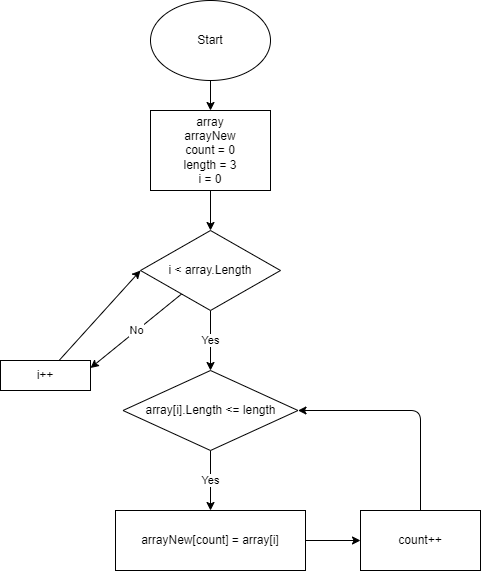
This is Homework/finalTest/.drawio.png from Ane4kaErm/Homework, a draw.io export, as it was before one commit. Source tidied: cells renumbered, new cells last; positions are measured from the earlier drawing's top-left corner, leaving out a move shared by most shapes.
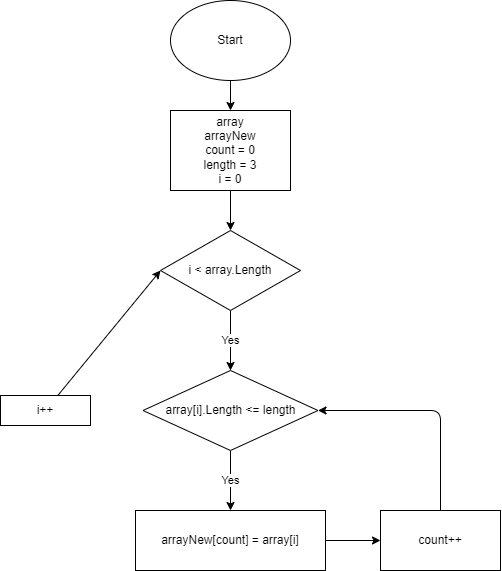
The same diagram one commit later.

Commit message:
print array method done

Change to the diagram source:
```diff
@@ -17,9 +17,6 @@
     <mxCell id="6" value="Yes" style="edgeStyle=none;html=1;" parent="1" edge="1" source="8" target="10">
       <mxGeometry relative="1" as="geometry" />
     </mxCell>
-    <mxCell id="7" value="No" style="edgeStyle=none;html=1;entryX=1;entryY=0.25;entryDx=0;entryDy=0;" parent="1" edge="1" source="8" target="12">
-      <mxGeometry relative="1" as="geometry" />
-    </mxCell>
     <mxCell id="8" value="i &amp;lt; array.Length" style="rhombus;whiteSpace=wrap;html=1;" parent="1" vertex="1">
       <mxGeometry x="140" y="230" width="140" height="80" as="geometry" />
     </mxCell>
@@ -33,7 +30,7 @@
       <mxGeometry relative="1" as="geometry" />
     </mxCell>
     <mxCell id="12" value="i++" style="rounded=0;whiteSpace=wrap;html=1;" parent="1" vertex="1">
-      <mxGeometry y="360" width="90" height="30" as="geometry" />
+      <mxGeometry x="-20" y="395" width="90" height="30" as="geometry" />
     </mxCell>
     <mxCell id="13" style="edgeStyle=none;html=1;" parent="1" edge="1" source="14" target="16">
       <mxGeometry relative="1" as="geometry" />
```
